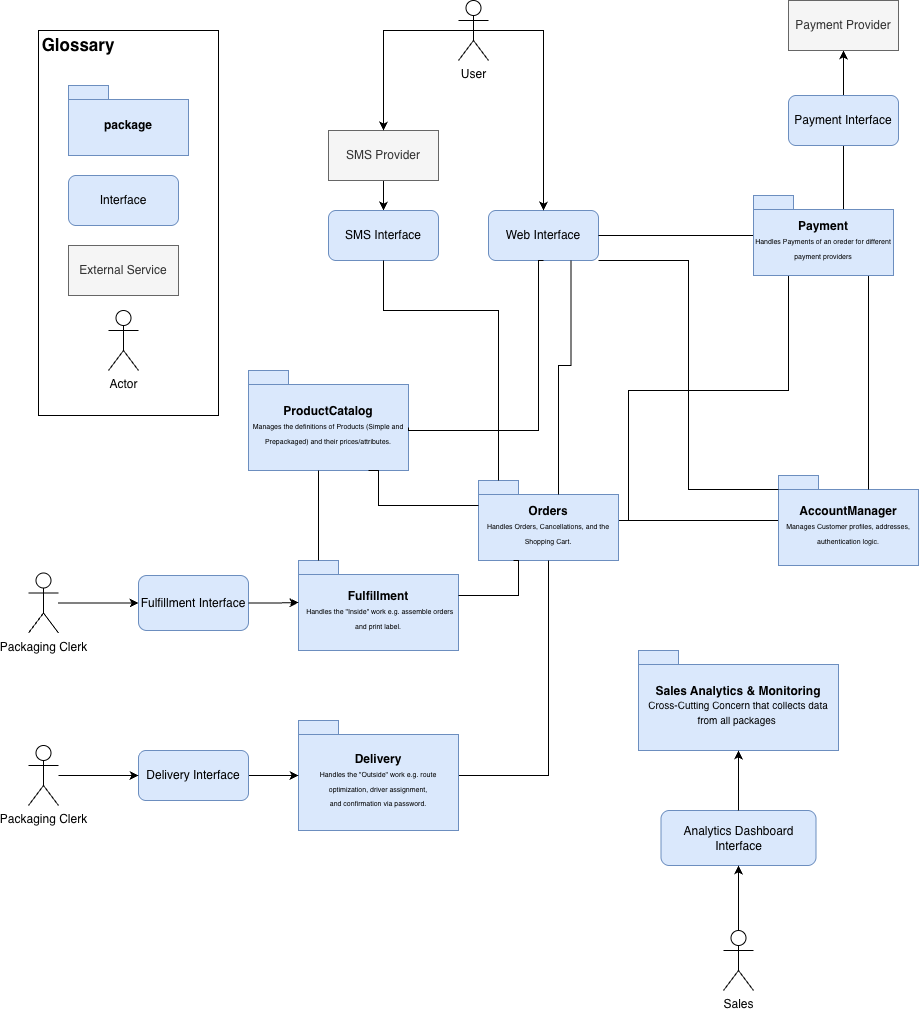
Above: EarlyBird_High_Level_Model.drawio.png in Adrian-Hansen-dev/software-architecture (draw.io), before the change. Source tidied: cells renumbered, new cells last; positions are measured from the earlier drawing's top-left corner, leaving out a move shared by most shapes.
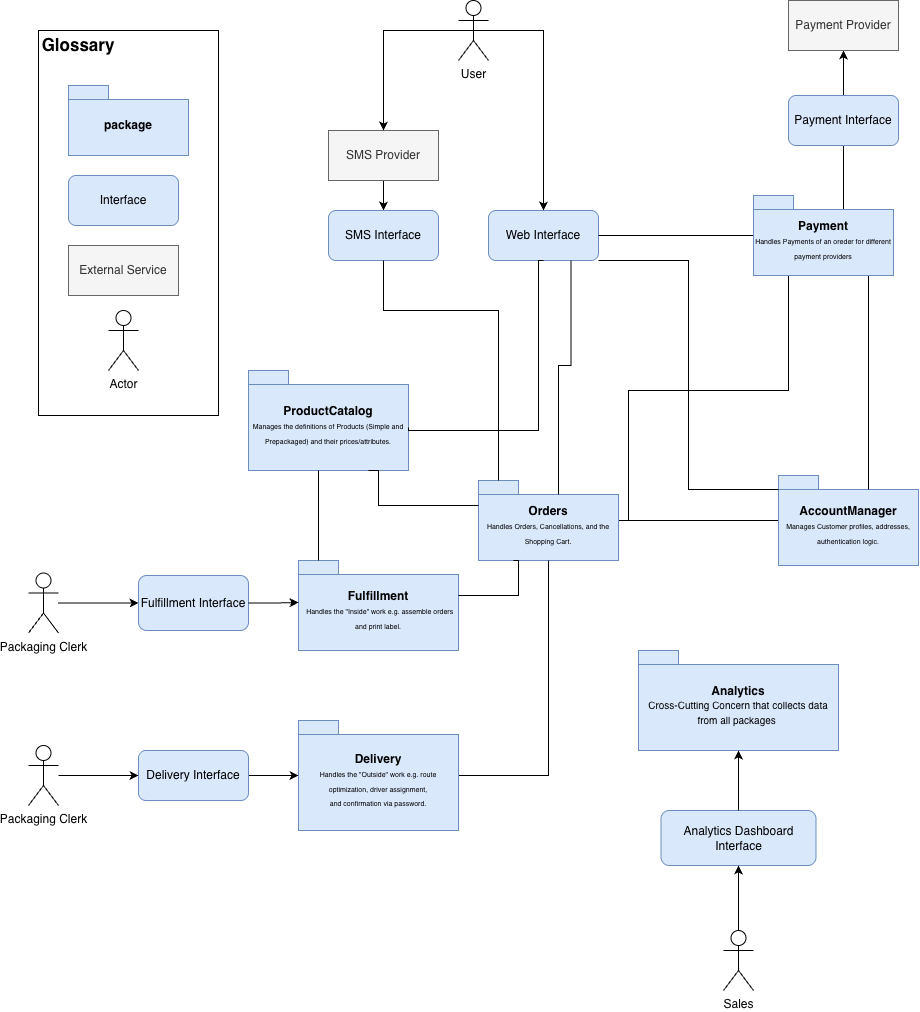
After the commit.

What changed in the source:
```diff
@@ -26,7 +26,7 @@
     <mxCell id="7" value="&lt;span class=&quot;notion-enable-hover&quot;&gt;Orders&lt;/span&gt;&lt;div&gt;&lt;span class=&quot;notion-enable-hover&quot; style=&quot;font-weight: normal;&quot;&gt;&lt;font style=&quot;font-size: 7px;&quot;&gt;Handles &lt;span style=&quot;&quot;&gt;Orders&lt;/span&gt;, &lt;span style=&quot;&quot;&gt;Cancellations&lt;/span&gt;, and the &lt;span style=&quot;&quot;&gt;Shopping Cart.&lt;/span&gt;&lt;/font&gt;&lt;/span&gt;&lt;/div&gt;" style="shape=folder;fontStyle=1;spacingTop=10;tabWidth=40;tabHeight=14;tabPosition=left;html=1;whiteSpace=wrap;fillColor=#dae8fc;strokeColor=#6c8ebf;" parent="1" vertex="1">
       <mxGeometry x="450" y="480" width="140" height="80" as="geometry" />
     </mxCell>
-    <mxCell id="8" value="&lt;span class=&quot;notion-enable-hover&quot;&gt;Sales Analytics &amp;amp; Monitoring&lt;/span&gt;&lt;div&gt;&lt;span class=&quot;notion-enable-hover&quot; style=&quot;font-weight: normal;&quot;&gt;&lt;font style=&quot;font-size: 10px;&quot;&gt;Cross-Cutting Concern that collects data from all packages&amp;nbsp;&lt;/font&gt;&lt;/span&gt;&lt;/div&gt;" style="shape=folder;fontStyle=1;spacingTop=10;tabWidth=40;tabHeight=14;tabPosition=left;html=1;whiteSpace=wrap;fillColor=#dae8fc;strokeColor=#6c8ebf;" parent="1" vertex="1">
+    <mxCell id="8" value="&lt;span class=&quot;notion-enable-hover&quot;&gt;Analytics&lt;/span&gt;&lt;div&gt;&lt;span class=&quot;notion-enable-hover&quot; style=&quot;font-weight: normal;&quot;&gt;&lt;font style=&quot;font-size: 10px;&quot;&gt;Cross-Cutting Concern that collects data from all packages&amp;nbsp;&lt;/font&gt;&lt;/span&gt;&lt;/div&gt;" style="shape=folder;fontStyle=1;spacingTop=10;tabWidth=40;tabHeight=14;tabPosition=left;html=1;whiteSpace=wrap;fillColor=#dae8fc;strokeColor=#6c8ebf;" parent="1" vertex="1">
       <mxGeometry x="610" y="650" width="200" height="100" as="geometry" />
     </mxCell>
     <mxCell id="9" value="Fulfillment&lt;div&gt;&amp;nbsp;&lt;font style=&quot;font-size: 7px; font-weight: normal;&quot;&gt;Handles the &quot;Inside&quot; work e.g. assemble orders and print label.&lt;/font&gt;&lt;/div&gt;" style="shape=folder;fontStyle=1;spacingTop=10;tabWidth=40;tabHeight=14;tabPosition=left;html=1;whiteSpace=wrap;fillColor=#dae8fc;strokeColor=#6c8ebf;" parent="1" vertex="1">
```
